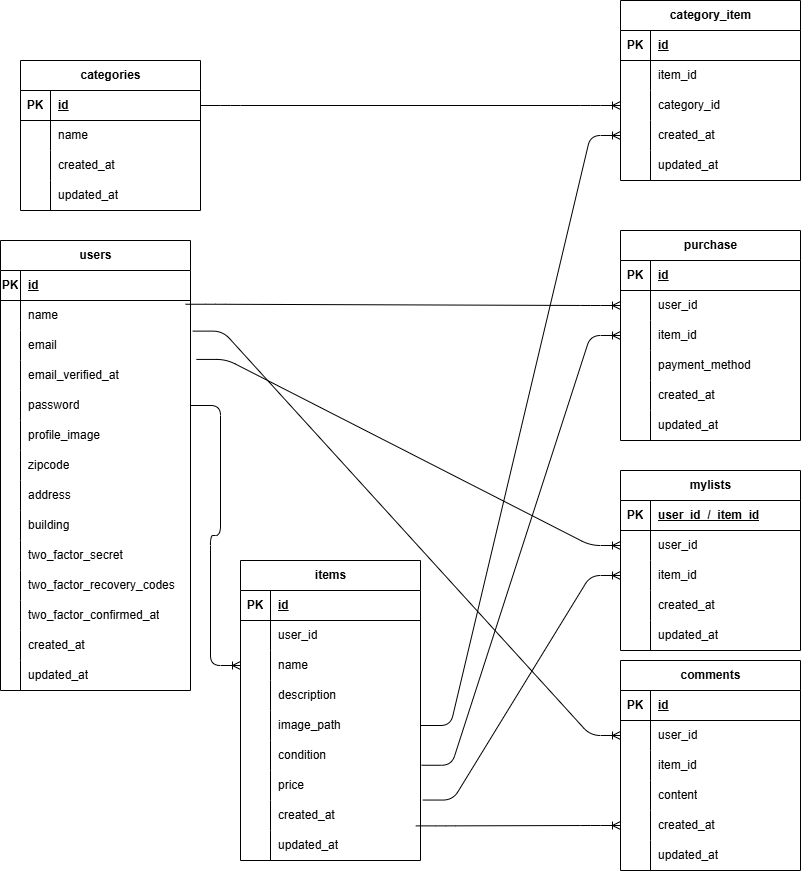
Earlier version of the draw.io export ER.drawio.png (pao590/flea-market). Source tidied: cells renumbered, new cells last; positions are measured from the earlier drawing's top-left corner, leaving out a move shared by most shapes.
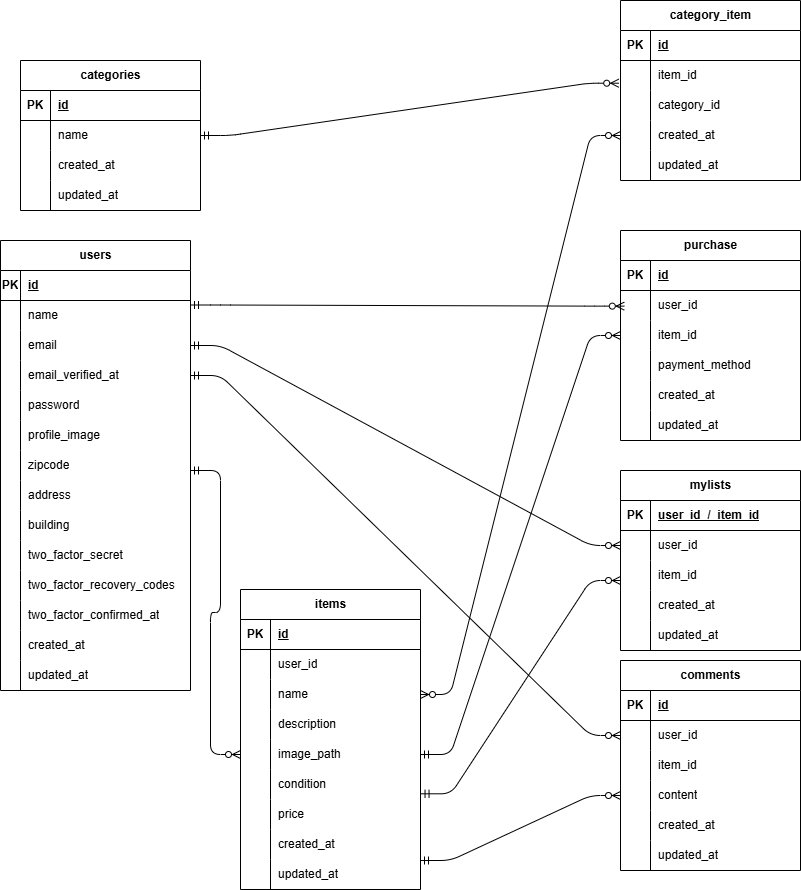
The same file after the commit.

Commit message:
課題提出前修正

What changed in the source:
```diff
@@ -3,7 +3,7 @@
     <mxCell id="0" />
     <mxCell id="1" parent="0" />
     <mxCell id="2" value="items" style="shape=table;startSize=30;rowLines=0;fontStyle=1;align=center;html=1;" parent="1" vertex="1">
-      <mxGeometry x="240" y="560" width="180" height="300" as="geometry" />
+      <mxGeometry x="240" y="589" width="180" height="300" as="geometry" />
     </mxCell>
     <mxCell id="3" style="shape=tableRow;horizontal=0;startSize=0;swimlaneHead=0;swimlaneBody=0;fillColor=none;top=0;left=0;right=0;bottom=1;" parent="2" vertex="1">
       <mxGeometry y="30" width="180" height="30" as="geometry" />
@@ -464,42 +464,49 @@
     <mxCell id="155" value="updated_at" style="shape=partialRectangle;fillColor=none;top=0;left=0;bottom=0;right=0;align=left;spacingLeft=6;overflow=hidden;whiteSpace=wrap;html=1;" parent="153" vertex="1">
       <mxGeometry x="30" width="150" height="30" as="geometry" />
     </mxCell>
-    <mxCell id="156" style="edgeStyle=entityRelationEdgeStyle;fontSize=12;html=1;endArrow=ERoneToMany;exitX=1;exitY=0.5;exitDx=0;exitDy=0;entryX=0;entryY=0.5;entryDx=0;entryDy=0;" parent="1" edge="1" source="144" target="134">
-      <mxGeometry relative="1" as="geometry" />
-    </mxCell>
-    <mxCell id="157" style="edgeStyle=entityRelationEdgeStyle;fontSize=12;html=1;endArrow=ERoneToMany;entryX=0;entryY=0.5;entryDx=0;entryDy=0;exitX=1;exitY=0.5;exitDx=0;exitDy=0;" parent="1" edge="1" source="15" target="137">
-      <mxGeometry relative="1" as="geometry">
-        <Array as="points">
-          <mxPoint x="510" y="430" />
-          <mxPoint x="540" y="440" />
-        </Array>
-      </mxGeometry>
-    </mxCell>
-    <mxCell id="158" style="edgeStyle=entityRelationEdgeStyle;fontSize=12;html=1;endArrow=ERoneToMany;entryX=0;entryY=0.5;entryDx=0;entryDy=0;exitX=0.974;exitY=0.125;exitDx=0;exitDy=0;exitPerimeter=0;" parent="1" edge="1" source="34" target="112">
-      <mxGeometry relative="1" as="geometry" />
-    </mxCell>
-    <mxCell id="159" style="edgeStyle=entityRelationEdgeStyle;fontSize=12;html=1;endArrow=ERoneToMany;entryX=0;entryY=0.5;entryDx=0;entryDy=0;exitX=1.006;exitY=0.825;exitDx=0;exitDy=0;exitPerimeter=0;" parent="1" edge="1" source="18" target="115">
-      <mxGeometry relative="1" as="geometry" />
-    </mxCell>
-    <mxCell id="160" style="edgeStyle=entityRelationEdgeStyle;fontSize=12;html=1;endArrow=ERoneToMany;entryX=0;entryY=0.5;entryDx=0;entryDy=0;exitX=1.031;exitY=-0.036;exitDx=0;exitDy=0;exitPerimeter=0;" parent="1" edge="1" source="40" target="96">
-      <mxGeometry relative="1" as="geometry" />
-    </mxCell>
-    <mxCell id="161" style="edgeStyle=entityRelationEdgeStyle;fontSize=12;html=1;endArrow=ERoneToMany;entryX=0;entryY=0.5;entryDx=0;entryDy=0;exitX=1.013;exitY=-0.015;exitDx=0;exitDy=0;exitPerimeter=0;" parent="1" edge="1" source="24" target="99">
-      <mxGeometry relative="1" as="geometry" />
-    </mxCell>
-    <mxCell id="162" style="edgeStyle=entityRelationEdgeStyle;fontSize=12;html=1;endArrow=ERoneToMany;entryX=0;entryY=0.5;entryDx=0;entryDy=0;exitX=1.012;exitY=0.021;exitDx=0;exitDy=0;exitPerimeter=0;" parent="1" edge="1" source="37" target="77">
-      <mxGeometry relative="1" as="geometry" />
-    </mxCell>
-    <mxCell id="163" style="edgeStyle=entityRelationEdgeStyle;fontSize=12;html=1;endArrow=ERoneToMany;entryX=0;entryY=0.5;entryDx=0;entryDy=0;exitX=0.974;exitY=-0.154;exitDx=0;exitDy=0;exitPerimeter=0;" parent="1" edge="1" source="27" target="86">
-      <mxGeometry relative="1" as="geometry" />
-    </mxCell>
-    <mxCell id="164" style="edgeStyle=entityRelationEdgeStyle;fontSize=12;html=1;endArrow=ERoneToMany;exitX=1;exitY=0.5;exitDx=0;exitDy=0;entryX=0;entryY=0.5;entryDx=0;entryDy=0;" parent="1" edge="1" source="43" target="9">
-      <mxGeometry relative="1" as="geometry">
-        <Array as="points">
-          <mxPoint x="320" y="520" />
-          <mxPoint x="340" y="510" />
-        </Array>
-      </mxGeometry>
-    </mxCell>
+    <mxCell id="165" style="edgeStyle=entityRelationEdgeStyle;fontSize=12;html=1;endArrow=ERzeroToMany;startArrow=ERmandOne;entryX=0;entryY=0.5;entryDx=0;entryDy=0;" parent="1" edge="1" target="15">
+      <mxGeometry relative="1" as="geometry">
+        <mxPoint x="190" y="470" as="sourcePoint" />
+      </mxGeometry>
+    </mxCell>
+    <mxCell id="166" style="edgeStyle=entityRelationEdgeStyle;fontSize=12;html=1;endArrow=ERzeroToMany;startArrow=ERmandOne;entryX=0;entryY=0.5;entryDx=0;entryDy=0;exitX=0.98;exitY=0.129;exitDx=0;exitDy=0;exitPerimeter=0;" parent="1" edge="1">
+      <mxGeometry relative="1" as="geometry">
+        <mxPoint x="190" y="304.5" as="sourcePoint" />
+        <mxPoint x="623.8" y="305.6" as="targetPoint" />
+        <Array as="points">
+          <mxPoint x="413.8" y="260.6" />
+          <mxPoint x="603.8" y="300.6" />
+        </Array>
+      </mxGeometry>
+    </mxCell>
+    <mxCell id="167" style="edgeStyle=entityRelationEdgeStyle;fontSize=12;html=1;endArrow=ERzeroToMany;startArrow=ERmandOne;entryX=0;entryY=0.5;entryDx=0;entryDy=0;exitX=1;exitY=0.5;exitDx=0;exitDy=0;" parent="1" edge="1" source="37" target="96">
+      <mxGeometry relative="1" as="geometry">
+        <Array as="points">
+          <mxPoint x="200" y="350" />
+        </Array>
+      </mxGeometry>
+    </mxCell>
+    <mxCell id="168" style="edgeStyle=entityRelationEdgeStyle;fontSize=12;html=1;endArrow=ERzeroToMany;startArrow=ERmandOne;entryX=0;entryY=0.5;entryDx=0;entryDy=0;exitX=1;exitY=0.5;exitDx=0;exitDy=0;" parent="1" edge="1" source="40" target="77">
+      <mxGeometry relative="1" as="geometry" />
+    </mxCell>
+    <mxCell id="169" style="edgeStyle=entityRelationEdgeStyle;fontSize=12;html=1;endArrow=ERzeroToMany;endFill=1;startArrow=ERzeroToMany;entryX=0;entryY=0.5;entryDx=0;entryDy=0;exitX=1;exitY=0.5;exitDx=0;exitDy=0;" parent="1" edge="1" source="9" target="137">
+      <mxGeometry relative="1" as="geometry" />
+    </mxCell>
+    <mxCell id="170" style="edgeStyle=entityRelationEdgeStyle;fontSize=12;html=1;endArrow=ERzeroToMany;startArrow=ERmandOne;entryX=0;entryY=0.5;entryDx=0;entryDy=0;exitX=1;exitY=0.5;exitDx=0;exitDy=0;" parent="1" edge="1" source="15" target="115">
+      <mxGeometry relative="1" as="geometry" />
+    </mxCell>
+    <mxCell id="171" style="edgeStyle=entityRelationEdgeStyle;fontSize=12;html=1;endArrow=ERzeroToMany;startArrow=ERmandOne;exitX=1.003;exitY=0.81;exitDx=0;exitDy=0;exitPerimeter=0;" parent="1" edge="1" source="18">
+      <mxGeometry relative="1" as="geometry">
+        <mxPoint x="620" y="580" as="targetPoint" />
+      </mxGeometry>
+    </mxCell>
+    <mxCell id="172" style="edgeStyle=entityRelationEdgeStyle;fontSize=12;html=1;endArrow=ERzeroToMany;startArrow=ERmandOne;entryX=0;entryY=0.5;entryDx=0;entryDy=0;" parent="1" edge="1" target="83">
+      <mxGeometry relative="1" as="geometry">
+        <mxPoint x="420" y="860" as="sourcePoint" />
+      </mxGeometry>
+    </mxCell>
+    <mxCell id="173" style="edgeStyle=entityRelationEdgeStyle;fontSize=12;html=1;endArrow=ERzeroToMany;startArrow=ERmandOne;entryX=-0.01;entryY=0.757;entryDx=0;entryDy=0;entryPerimeter=0;exitX=1;exitY=0.5;exitDx=0;exitDy=0;" parent="1" edge="1" source="147" target="131">
+      <mxGeometry relative="1" as="geometry" />
+    </mxCell>
   </root>
 </mxGraphModel>
```
